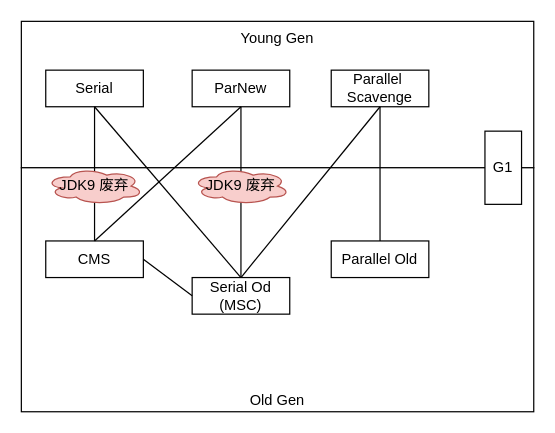
Earlier version of the draw.io diagram GC.drawio (ordinarylq/personal-drawer). Source tidied: cells renumbered, new cells numbered last; positions are measured from the earlier drawing's top-left corner, leaving out a move shared by most shapes. Both pictures are drawn from the tidied source at 122%, with x=0, y=0 at pixel (21, 21).
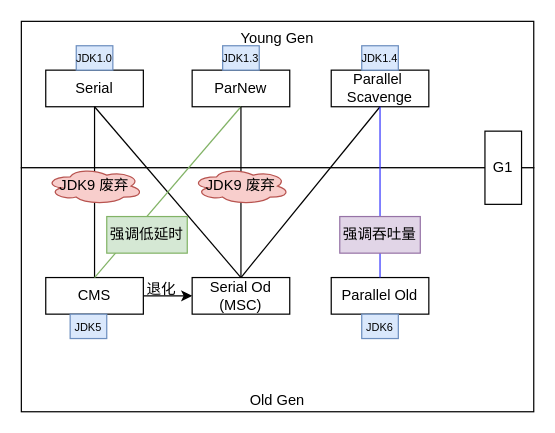
Above is the later version.

Unchanged cells that the change refers to:
```xml
<mxCell id="5" value="ParNew" style="rounded=0;whiteSpace=wrap;html=1;" parent="1" vertex="1">
  <mxGeometry x="140" y="40" width="80" height="30" as="geometry" />
</mxCell>
<mxCell id="6" value="Parallel&amp;nbsp;&lt;br&gt;Scavenge" style="rounded=0;whiteSpace=wrap;html=1;" parent="1" vertex="1">
  <mxGeometry x="254" y="40" width="80" height="30" as="geometry" />
</mxCell>
<mxCell id="8" value="Serial Od&lt;br&gt;(MSC)" style="rounded=0;whiteSpace=wrap;html=1;" parent="1" vertex="1">
  <mxGeometry x="140" y="210" width="80" height="30" as="geometry" />
</mxCell>
```

Change to the diagram source:
```diff
@@
+    <mxCell id="20" style="edgeStyle=orthogonalEdgeStyle;rounded=0;jettySize=auto;html=1;" parent="1" edge="1" source="7" target="8">
+      <mxGeometry relative="1" as="geometry" />
+    </mxCell>
     <mxCell id="7" value="CMS" style="rounded=0;whiteSpace=wrap;html=1;" parent="1" vertex="1">
-      <mxGeometry x="20" y="180" width="80" height="30" as="geometry" />
+      <mxGeometry x="20" y="210" width="80" height="30" as="geometry" />
     </mxCell>
@@
     <mxCell id="9" value="Parallel Old" style="rounded=0;whiteSpace=wrap;html=1;" parent="1" vertex="1">
-      <mxGeometry x="254" y="180" width="80" height="30" as="geometry" />
+      <mxGeometry x="254" y="210" width="80" height="30" as="geometry" />
     </mxCell>
@@
-    <mxCell id="13" style="endArrow=none;html=1;rounded=0;entryX=1;entryY=0.5;entryDx=0;entryDy=0;exitX=0;exitY=0.5;exitDx=0;exitDy=0;" parent="1" edge="1" source="8" target="7">
-      <mxGeometry relative="1" as="geometry" />
-    </mxCell>
-    <mxCell id="14" style="endArrow=none;html=1;rounded=0;entryX=0.5;entryY=1;entryDx=0;entryDy=0;" parent="1" edge="1" target="5">
-      <mxGeometry relative="1" as="geometry">
-        <mxPoint x="60" y="180" as="sourcePoint" />
-      </mxGeometry>
+    <mxCell id="14" style="endArrow=none;html=1;rounded=0;entryX=0.5;entryY=1;entryDx=0;entryDy=0;exitX=0.5;exitY=0;exitDx=0;exitDy=0;fillColor=#d5e8d4;strokeColor=#82b366;" parent="1" edge="1" source="7" target="5">
+      <mxGeometry relative="1" as="geometry" />
     </mxCell>
@@
-    <mxCell id="17" style="endArrow=none;html=1;rounded=0;entryX=0.5;entryY=1;entryDx=0;entryDy=0;exitX=0.5;exitY=0;exitDx=0;exitDy=0;" parent="1" edge="1" source="9" target="6">
+    <mxCell id="17" style="endArrow=none;html=1;rounded=0;entryX=0.5;entryY=1;entryDx=0;entryDy=0;exitX=0.5;exitY=0;exitDx=0;exitDy=0;strokeColor=#3333FF;" parent="1" edge="1" source="9" target="6">
       <mxGeometry relative="1" as="geometry" />
     </mxCell>
@@
+    <mxCell id="21" value="&lt;font style=&quot;font-size: 9px;&quot;&gt;JDK5&lt;/font&gt;" style="text;html=1;strokeColor=#6c8ebf;fillColor=#dae8fc;align=center;verticalAlign=middle;whiteSpace=wrap;rounded=0;" parent="1" vertex="1">
+      <mxGeometry x="40" y="240" width="30" height="20" as="geometry" />
+    </mxCell>
+    <mxCell id="22" value="&lt;font style=&quot;font-size: 9px;&quot;&gt;JDK1.0&lt;/font&gt;" style="text;html=1;strokeColor=#6c8ebf;fillColor=#dae8fc;align=center;verticalAlign=middle;whiteSpace=wrap;rounded=0;" parent="1" vertex="1">
+      <mxGeometry x="45" y="20" width="30" height="20" as="geometry" />
+    </mxCell>
+    <mxCell id="23" value="&lt;font style=&quot;font-size: 9px;&quot;&gt;JDK1.3&lt;/font&gt;" style="text;html=1;strokeColor=#6c8ebf;fillColor=#dae8fc;align=center;verticalAlign=middle;whiteSpace=wrap;rounded=0;" parent="1" vertex="1">
+      <mxGeometry x="165" y="20" width="30" height="20" as="geometry" />
+    </mxCell>
+    <mxCell id="24" value="&lt;font style=&quot;font-size: 9px;&quot;&gt;JDK1.4&lt;/font&gt;" style="text;html=1;strokeColor=#6c8ebf;fillColor=#dae8fc;align=center;verticalAlign=middle;whiteSpace=wrap;rounded=0;" parent="1" vertex="1">
+      <mxGeometry x="279" y="20" width="30" height="20" as="geometry" />
+    </mxCell>
+    <mxCell id="25" value="&lt;font style=&quot;font-size: 9px;&quot;&gt;JDK6&lt;/font&gt;" style="text;html=1;strokeColor=#6c8ebf;fillColor=#dae8fc;align=center;verticalAlign=middle;whiteSpace=wrap;rounded=0;" parent="1" vertex="1">
+      <mxGeometry x="279" y="240" width="30" height="20" as="geometry" />
+    </mxCell>
+    <mxCell id="26" value="强调吞吐量" style="text;html=1;strokeColor=#9673a6;fillColor=#e1d5e7;align=center;verticalAlign=middle;whiteSpace=wrap;rounded=0;" parent="1" vertex="1">
+      <mxGeometry x="261" y="160" width="66" height="30" as="geometry" />
+    </mxCell>
+    <mxCell id="27" value="强调低延时" style="text;html=1;strokeColor=#82b366;fillColor=#d5e8d4;align=center;verticalAlign=middle;whiteSpace=wrap;rounded=0;" parent="1" vertex="1">
+      <mxGeometry x="70" y="160" width="66" height="30" as="geometry" />
+    </mxCell>
+    <mxCell id="28" value="退化" style="text;html=1;strokeColor=none;fillColor=none;align=center;verticalAlign=middle;whiteSpace=wrap;rounded=0;" parent="1" vertex="1">
+      <mxGeometry x="100" y="210" width="30" height="20" as="geometry" />
+    </mxCell>
```
